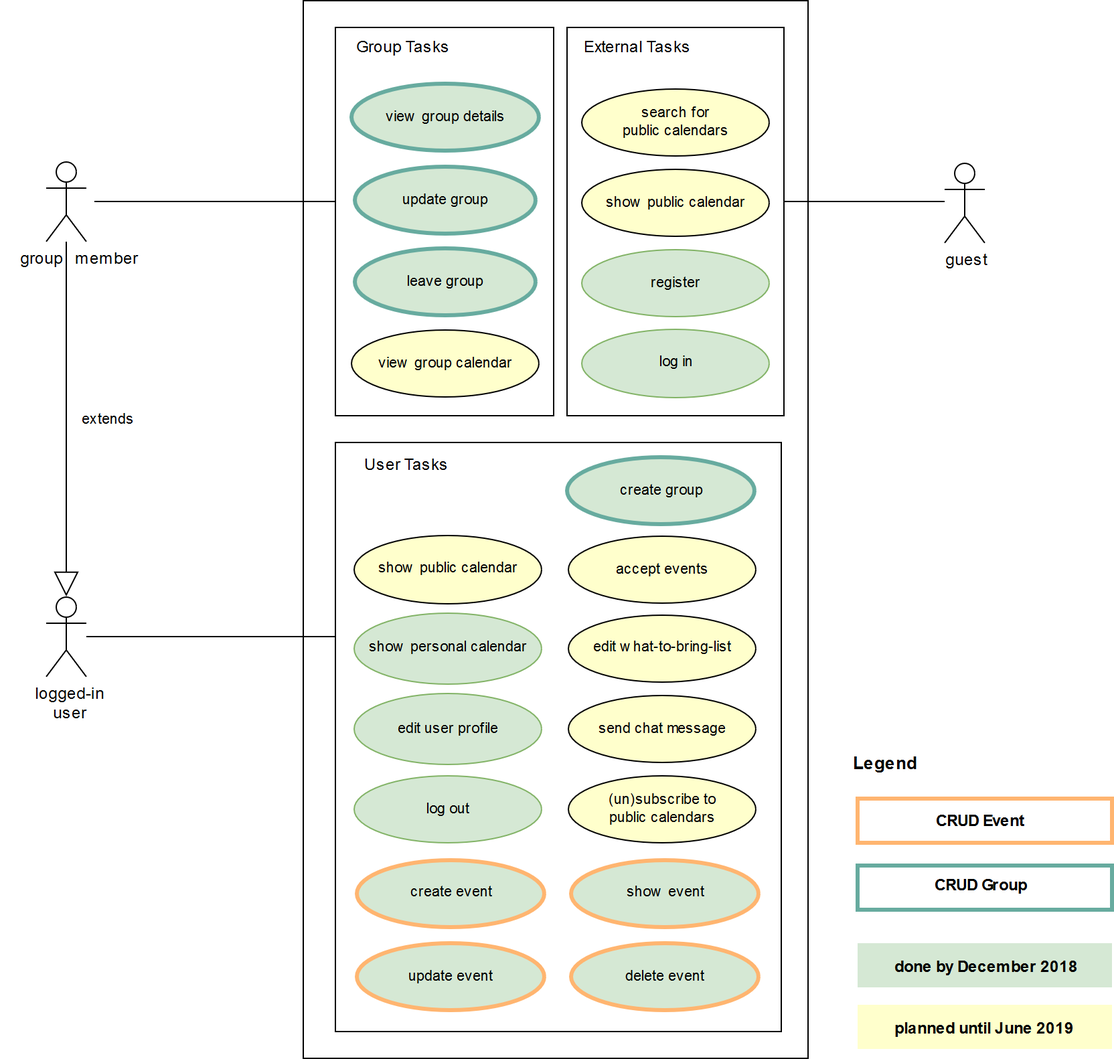
The draw.io diagram Software Requirements Specification/overall-use-case-diagram.png in Ralerus/eventlab-doc, before a commit. Source tidied: cells renumbered, new cells last; positions are measured from the earlier drawing's top-left corner, leaving out a move shared by most shapes. The source it was exported from:
```xml
<mxGraphModel background="#ffffff">
  <root>
    <mxCell id="0" />
    <mxCell id="1" parent="0" />
    <mxCell id="2" style="html=1;" parent="1" vertex="1">
      <mxGeometry x="192" width="377" height="790" as="geometry" />
    </mxCell>
    <mxCell id="3" style="html=1;spacingTop=-58;" parent="1" vertex="1">
      <mxGeometry x="389" y="20" width="162" height="290" as="geometry" />
    </mxCell>
    <mxCell id="4" style="html=1;spacing=3;spacingTop=-66;spacingLeft=-120;labelPosition=center;verticalLabelPosition=middle;align=left;verticalAlign=middle;" parent="1" vertex="1">
      <mxGeometry x="216" y="330" width="333" height="440" as="geometry" />
    </mxCell>
    <mxCell id="5" style="html=1;spacing=0;labelPosition=center;verticalLabelPosition=middle;align=center;verticalAlign=middle;spacingTop=-58;" parent="1" vertex="1">
      <mxGeometry x="216" y="20" width="163" height="290" as="geometry" />
    </mxCell>
    <mxCell id="6" style="edgeStyle=orthogonalEdgeStyle;rounded=0;html=1;entryX=0;entryY=0.5;jettySize=auto;endArrow=none;endFill=0;" parent="1" edge="1" source="7" target="4">
      <mxGeometry relative="1" as="geometry">
        <Array as="points">
          <mxPoint x="206" y="475" />
          <mxPoint x="206" y="475" />
        </Array>
      </mxGeometry>
    </mxCell>
    <mxCell id="7" value="&lt;div&gt;logged-in&lt;/div&gt;&lt;div&gt;user&lt;/div&gt;" style="shape=umlActor;verticalLabelPosition=bottom;labelBackgroundColor=#ffffff;verticalAlign=top;html=1;" parent="1" vertex="1">
      <mxGeometry y="445" width="30" height="60" as="geometry" />
    </mxCell>
    <mxCell id="8" value="edit user profile" style="ellipse;whiteSpace=wrap;html=1;fillColor=#d5e8d4;strokeColor=#82b366;fontSize=11;" parent="1" vertex="1">
      <mxGeometry x="230" y="517.5" width="140" height="53" as="geometry" />
    </mxCell>
    <mxCell id="9" value="log out" style="ellipse;whiteSpace=wrap;html=1;fillColor=#d5e8d4;strokeColor=#82b366;fontSize=11;" parent="1" vertex="1">
      <mxGeometry x="230" y="579" width="140" height="50" as="geometry" />
    </mxCell>
    <mxCell id="10" value="show public calendar" style="ellipse;whiteSpace=wrap;html=1;fillColor=#FFFFCC;strokeColor=#000000;fontSize=11;" parent="1" vertex="1">
      <mxGeometry x="230" y="399" width="140" height="51" as="geometry" />
    </mxCell>
    <mxCell id="11" value="view group details" style="ellipse;whiteSpace=wrap;html=1;fillColor=#d5e8d4;strokeColor=#67AB9F;fontSize=11;strokeWidth=3;" parent="1" vertex="1">
      <mxGeometry x="228" y="62" width="140" height="50" as="geometry" />
    </mxCell>
    <mxCell id="12" style="edgeStyle=orthogonalEdgeStyle;rounded=0;html=1;jettySize=auto;orthogonalLoop=1;endArrow=none;endFill=0;" parent="1" edge="1">
      <mxGeometry relative="1" as="geometry">
        <mxPoint x="35.5" y="149.6" as="sourcePoint" />
        <mxPoint x="216" y="149" as="targetPoint" />
        <Array as="points">
          <mxPoint x="80.5" y="149.5" />
          <mxPoint x="80.5" y="149.5" />
        </Array>
      </mxGeometry>
    </mxCell>
    <mxCell id="13" value="&amp;nbsp;&amp;nbsp;&amp;nbsp;&amp;nbsp; group&amp;nbsp;&amp;nbsp; member" style="shape=umlActor;verticalLabelPosition=bottom;labelBackgroundColor=#ffffff;verticalAlign=top;html=1;" parent="1" vertex="1">
      <mxGeometry y="120" width="30" height="60" as="geometry" />
    </mxCell>
    <mxCell id="14" value="leave group" style="ellipse;whiteSpace=wrap;html=1;fillColor=#d5e8d4;strokeColor=#67AB9F;fontSize=11;strokeWidth=3;" parent="1" vertex="1">
      <mxGeometry x="230.5" y="185" width="135" height="50" as="geometry" />
    </mxCell>
    <mxCell id="15" value="view group calendar" style="ellipse;whiteSpace=wrap;html=1;fillColor=#FFFFCC;strokeColor=#000000;fontSize=11;" parent="1" vertex="1">
      <mxGeometry x="228" y="246" width="140" height="50" as="geometry" />
    </mxCell>
    <mxCell id="16" style="edgeStyle=orthogonalEdgeStyle;rounded=0;html=1;entryX=1;entryY=0.5;jettySize=auto;endArrow=none;endFill=0;" parent="1" edge="1" source="17" target="3">
      <mxGeometry relative="1" as="geometry">
        <Array as="points">
          <mxPoint x="551" y="150" />
        </Array>
      </mxGeometry>
    </mxCell>
    <mxCell id="17" value="guest" style="shape=umlActor;verticalLabelPosition=bottom;labelBackgroundColor=#ffffff;verticalAlign=top;html=1;" parent="1" vertex="1">
      <mxGeometry x="671" y="121" width="30" height="60" as="geometry" />
    </mxCell>
    <mxCell id="18" value="register" style="ellipse;whiteSpace=wrap;html=1;fillColor=#d5e8d4;strokeColor=#82b366;fontSize=11;" parent="1" vertex="1">
      <mxGeometry x="400" y="186" width="140" height="50" as="geometry" />
    </mxCell>
    <mxCell id="19" value="log in" style="ellipse;whiteSpace=wrap;html=1;fillColor=#d5e8d4;strokeColor=#82b366;fontSize=11;" parent="1" vertex="1">
      <mxGeometry x="400" y="245" width="140" height="51" as="geometry" />
    </mxCell>
    <mxCell id="20" value="&lt;div style=&quot;font-size: 11px&quot;&gt;send chat message&lt;/div&gt;" style="ellipse;whiteSpace=wrap;html=1;fillColor=#FFFFCC;strokeColor=#000000;fontSize=11;" parent="1" vertex="1">
      <mxGeometry x="390" y="519" width="140" height="50" as="geometry" />
    </mxCell>
    <mxCell id="21" value="accept events" style="ellipse;whiteSpace=wrap;html=1;fillColor=#FFFFCC;strokeColor=#000000;fontSize=11;" parent="1" vertex="1">
      <mxGeometry x="390" y="400" width="140" height="50" as="geometry" />
    </mxCell>
    <mxCell id="22" value="show public calendar" style="ellipse;whiteSpace=wrap;html=1;fillColor=#FFFFCC;strokeColor=#000000;fontSize=11;" parent="1" vertex="1">
      <mxGeometry x="400" y="126" width="140" height="50" as="geometry" />
    </mxCell>
    <mxCell id="23" value="&lt;div&gt;&lt;br&gt;&lt;/div&gt;&lt;div&gt;&lt;br&gt;&lt;/div&gt;&lt;div&gt;planned until June 2019&lt;/div&gt;" style="html=1;fillColor=#FFFFCC;strokeColor=none;spacingTop=-25;fontStyle=1;" parent="1" vertex="1">
      <mxGeometry x="606" y="750" width="190" height="33" as="geometry" />
    </mxCell>
    <mxCell id="24" value="extends" style="endArrow=block;endSize=16;endFill=0;html=1;entryX=0.5;entryY=0;entryPerimeter=0;" parent="1" edge="1" target="7">
      <mxGeometry y="31" relative="1" as="geometry">
        <mxPoint x="15" y="180" as="sourcePoint" />
      </mxGeometry>
    </mxCell>
    <mxCell id="25" value="update group" style="ellipse;whiteSpace=wrap;html=1;fillColor=#d5e8d4;strokeColor=#67AB9F;fontSize=11;strokeWidth=3;" parent="1" vertex="1">
      <mxGeometry x="230.5" y="124" width="135" height="50" as="geometry" />
    </mxCell>
    <mxCell id="26" value="show personal calendar" style="ellipse;whiteSpace=wrap;html=1;fillColor=#d5e8d4;strokeColor=#82b366;fontSize=11;" parent="1" vertex="1">
      <mxGeometry x="230" y="457" width="140" height="53" as="geometry" />
    </mxCell>
    <mxCell id="27" value="edit what-to-bring-list" style="ellipse;whiteSpace=wrap;html=1;fillColor=#FFFFCC;strokeColor=#000000;fontSize=11;" parent="1" vertex="1">
      <mxGeometry x="390" y="458.5" width="140" height="50" as="geometry" />
    </mxCell>
    <mxCell id="28" value="&lt;div style=&quot;font-size: 11px;&quot;&gt;(un)subscribe to &lt;br style=&quot;font-size: 11px;&quot;&gt;&lt;/div&gt;&lt;div style=&quot;font-size: 11px;&quot;&gt;public calendars&lt;/div&gt;" style="ellipse;whiteSpace=wrap;html=1;fillColor=#FFFFCC;strokeColor=#000000;fontSize=11;" parent="1" vertex="1">
      <mxGeometry x="390" y="579" width="140" height="50" as="geometry" />
    </mxCell>
    <mxCell id="29" value="&lt;div&gt;search for&lt;/div&gt;&lt;div&gt;public calendars&lt;/div&gt;" style="ellipse;whiteSpace=wrap;html=1;fillColor=#FFFFCC;strokeColor=#000000;fontSize=11;" parent="1" vertex="1">
      <mxGeometry x="400" y="66" width="140" height="50" as="geometry" />
    </mxCell>
    <mxCell id="30" value="create event" style="ellipse;whiteSpace=wrap;html=1;fillColor=#d5e8d4;strokeColor=#FFB570;fontSize=11;strokeWidth=3;" parent="1" vertex="1">
      <mxGeometry x="232" y="641.5" width="140" height="50" as="geometry" />
    </mxCell>
    <mxCell id="31" value="update event" style="ellipse;whiteSpace=wrap;html=1;fillColor=#d5e8d4;strokeColor=#FFB570;fontSize=11;strokeWidth=3;" parent="1" vertex="1">
      <mxGeometry x="232" y="704" width="140" height="50" as="geometry" />
    </mxCell>
    <mxCell id="32" value="show event" style="ellipse;whiteSpace=wrap;html=1;fillColor=#d5e8d4;strokeColor=#FFB570;fontSize=11;strokeWidth=3;" parent="1" vertex="1">
      <mxGeometry x="392" y="641.5" width="140" height="50" as="geometry" />
    </mxCell>
    <mxCell id="33" value="delete event" style="ellipse;whiteSpace=wrap;html=1;fillColor=#d5e8d4;strokeColor=#FFB570;fontSize=11;strokeWidth=3;" parent="1" vertex="1">
      <mxGeometry x="392" y="704" width="140" height="50" as="geometry" />
    </mxCell>
    <mxCell id="34" value="User Tasks" style="text;html=1;strokeColor=none;fillColor=none;align=center;verticalAlign=middle;whiteSpace=wrap;rounded=0;" parent="1" vertex="1">
      <mxGeometry x="220" y="338" width="93" height="20" as="geometry" />
    </mxCell>
    <mxCell id="35" value="create group" style="ellipse;whiteSpace=wrap;html=1;fillColor=#d5e8d4;strokeColor=#67AB9F;fontSize=11;strokeWidth=3;" parent="1" vertex="1">
      <mxGeometry x="389" y="341" width="140" height="50" as="geometry" />
    </mxCell>
    <mxCell id="36" value="External Tasks" style="text;html=1;strokeColor=none;fillColor=none;align=center;verticalAlign=middle;whiteSpace=wrap;rounded=0;" parent="1" vertex="1">
      <mxGeometry x="393" y="26" width="93" height="20" as="geometry" />
    </mxCell>
    <mxCell id="37" value="Group Tasks" style="text;html=1;strokeColor=none;fillColor=none;align=center;verticalAlign=middle;whiteSpace=wrap;rounded=0;" parent="1" vertex="1">
      <mxGeometry x="218" y="26" width="93" height="20" as="geometry" />
    </mxCell>
    <mxCell id="38" value="CRUD Group" style="html=1;fillColor=#FFFFFF;strokeColor=#67AB9F;spacingTop=-28;fontStyle=1;strokeWidth=3;verticalAlign=bottom;spacing=8;" parent="1" vertex="1">
      <mxGeometry x="606" y="646" width="190" height="33" as="geometry" />
    </mxCell>
    <mxCell id="39" value="CRUD Event" style="html=1;fillColor=#FFFFFF;strokeColor=#FFB570;spacingTop=-28;fontStyle=1;strokeWidth=3;verticalAlign=bottom;spacing=6;" parent="1" vertex="1">
      <mxGeometry x="606" y="596" width="190" height="33" as="geometry" />
    </mxCell>
    <mxCell id="40" value="Legend" style="text;html=1;strokeColor=none;fillColor=none;align=center;verticalAlign=middle;whiteSpace=wrap;rounded=0;fontSize=13;fontStyle=1;" parent="1" vertex="1">
      <mxGeometry x="606" y="561" width="40" height="20" as="geometry" />
    </mxCell>
    <mxCell id="41" value="&lt;div&gt;&lt;br&gt;&lt;/div&gt;&lt;div&gt;&lt;br&gt;&lt;/div&gt;&lt;div&gt;done by December 2018&lt;/div&gt;" style="html=1;fillColor=#d5e8d4;strokeColor=none;spacingTop=-25;fontStyle=1;" parent="1" vertex="1">
      <mxGeometry x="606" y="704" width="190" height="33" as="geometry" />
    </mxCell>
  </root>
</mxGraphModel>
```
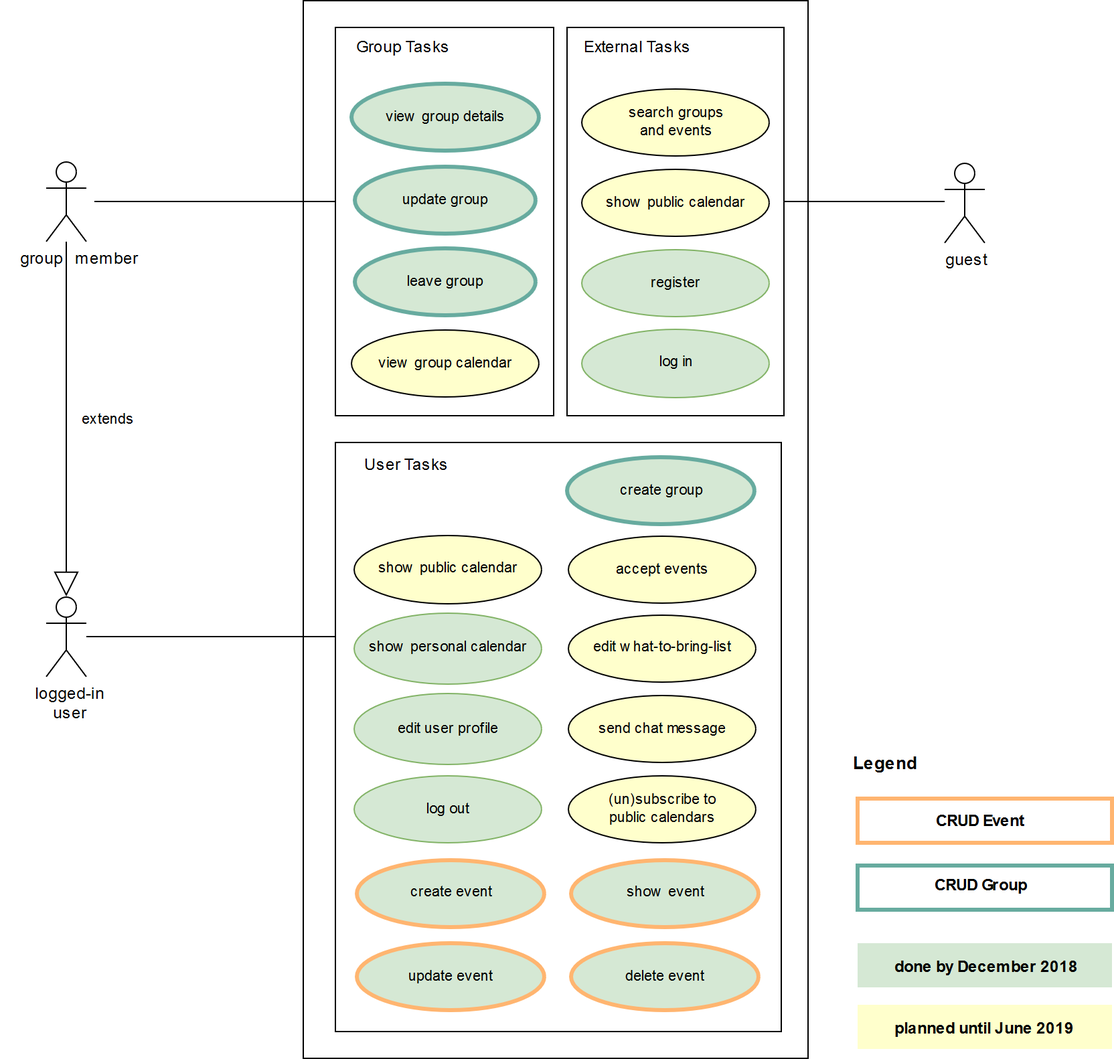
Later version of the same file.

Commit message:
Modifed use case diagram (renamed use case)

What changed in the source:
```diff
@@ -101,7 +101,7 @@
     <mxCell id="28" value="&lt;div style=&quot;font-size: 11px;&quot;&gt;(un)subscribe to &lt;br style=&quot;font-size: 11px;&quot;&gt;&lt;/div&gt;&lt;div style=&quot;font-size: 11px;&quot;&gt;public calendars&lt;/div&gt;" style="ellipse;whiteSpace=wrap;html=1;fillColor=#FFFFCC;strokeColor=#000000;fontSize=11;" parent="1" vertex="1">
       <mxGeometry x="390" y="579" width="140" height="50" as="geometry" />
     </mxCell>
-    <mxCell id="29" value="&lt;div&gt;search for&lt;/div&gt;&lt;div&gt;public calendars&lt;/div&gt;" style="ellipse;whiteSpace=wrap;html=1;fillColor=#FFFFCC;strokeColor=#000000;fontSize=11;" parent="1" vertex="1">
+    <mxCell id="29" value="&lt;div&gt;search groups&lt;/div&gt;&lt;div&gt;and events&lt;br&gt;&lt;/div&gt;" style="ellipse;whiteSpace=wrap;html=1;fillColor=#FFFFCC;strokeColor=#000000;fontSize=11;" parent="1" vertex="1">
       <mxGeometry x="400" y="66" width="140" height="50" as="geometry" />
     </mxCell>
     <mxCell id="30" value="create event" style="ellipse;whiteSpace=wrap;html=1;fillColor=#d5e8d4;strokeColor=#FFB570;fontSize=11;strokeWidth=3;" parent="1" vertex="1">
```
